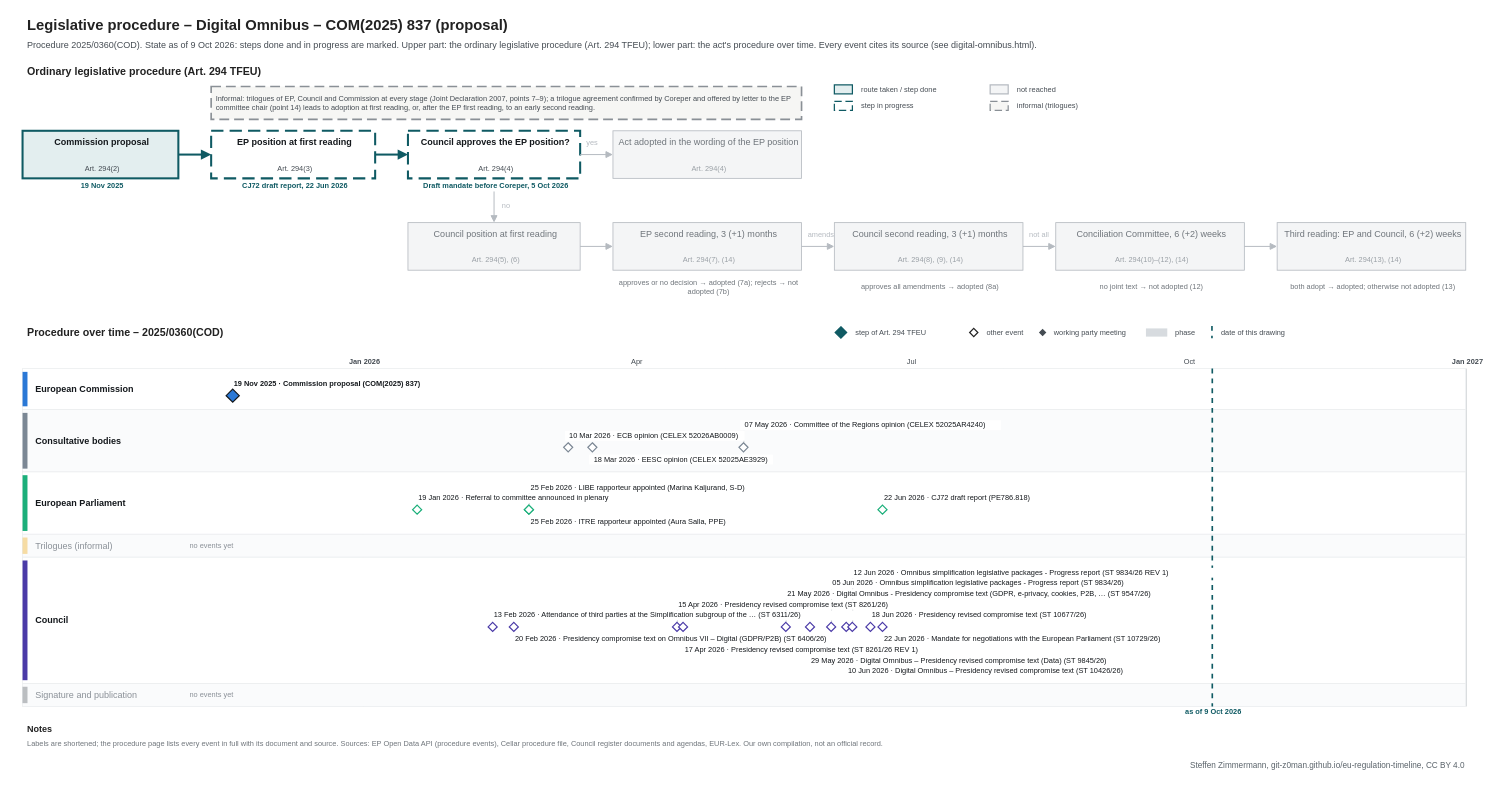
Before: procedures/digital-omnibus.drawio in git-z0man/eu-regulation-timeline, a draw.io diagram. Source tidied: cells renumbered, new cells numbered last; positions are measured from the earlier drawing's top-left corner, leaving out a move shared by most shapes. Both pictures are drawn from the tidied source at 82%, with x=0, y=0 at pixel (14, 14).
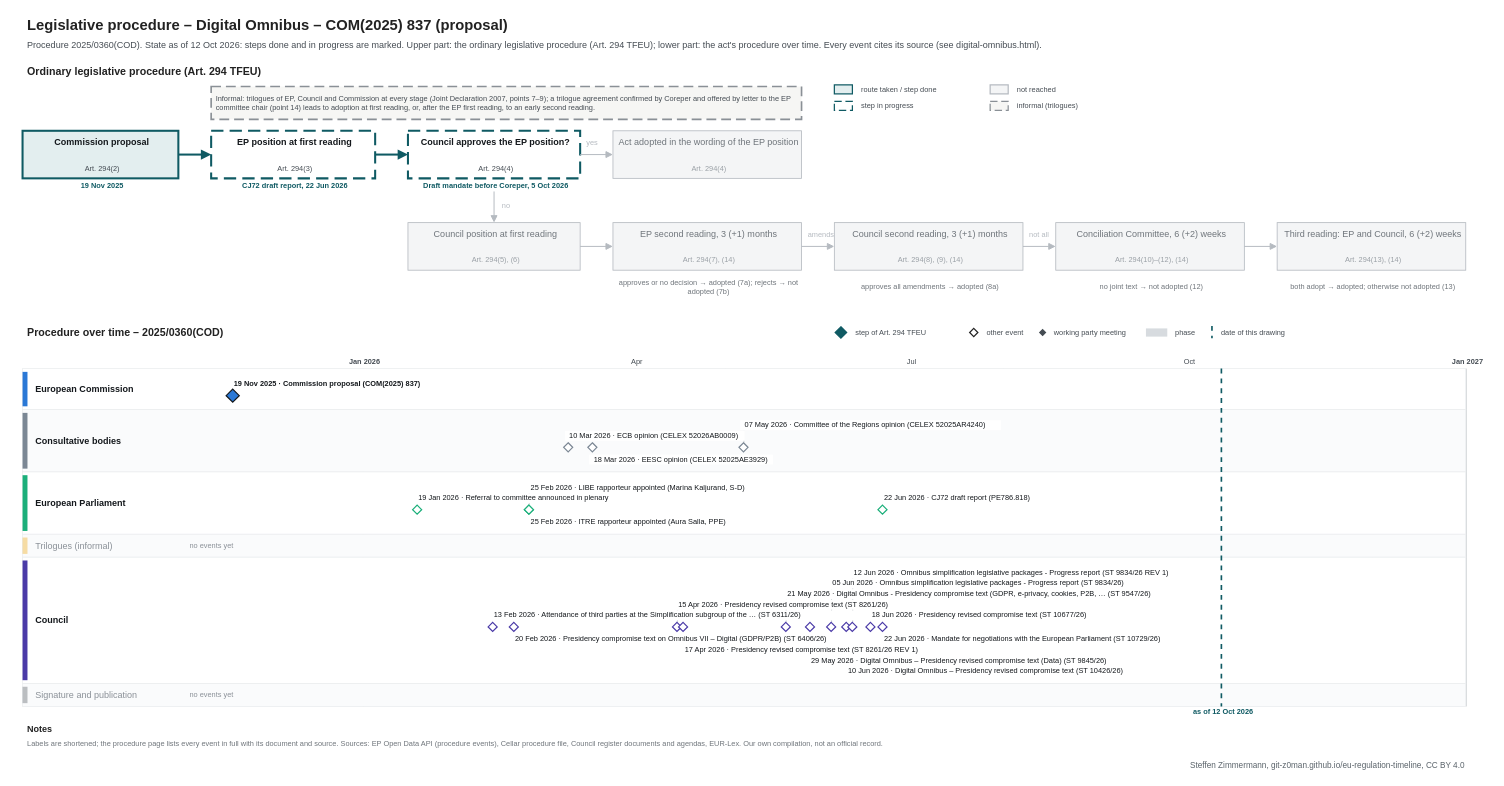
The same diagram, later.

The edit, as a diff of the source:
```diff
@@
-    <mxCell id="3" value="Procedure 2025/0360(COD). State as of 9 Oct 2026: steps done and in progress are marked. Upper part: the ordinary legislative procedure (Art. 294 TFEU); lower part: the act's procedure over time. Every event cites its source (see digital-omnibus.html)." style="text;html=1;fontSize=11;fontColor=#454c53;align=left;verticalAlign=middle;spacingLeft=4;" parent="1" vertex="1">
+    <mxCell id="3" value="Procedure 2025/0360(COD). State as of 12 Oct 2026: steps done and in progress are marked. Upper part: the ordinary legislative procedure (Art. 294 TFEU); lower part: the act's procedure over time. Every event cites its source (see digital-omnibus.html)." style="text;html=1;fontSize=11;fontColor=#454c53;align=left;verticalAlign=middle;spacingLeft=4;" parent="1" vertex="1">
       <mxGeometry x="10" y="28" width="1700" height="18" as="geometry" />
     </mxCell>
@@
     <mxCell id="112" style="line;html=1;strokeWidth=2;strokeColor=#0f5a63;direction=south;dashed=1;" parent="1" vertex="1">
-      <mxGeometry x="1460.4" y="432" width="1" height="412" as="geometry" />
+      <mxGeometry x="1471.5" y="432" width="1" height="412" as="geometry" />
     </mxCell>
-    <mxCell id="113" value="as of 9 Oct 2026" style="text;html=1;fontSize=9;fontColor=#0f5a63;align=center;verticalAlign=middle;spacingLeft=4;fontStyle=1;" parent="1" vertex="1">
-      <mxGeometry x="1400.4" y="845" width="120" height="12" as="geometry" />
+    <mxCell id="113" value="as of 12 Oct 2026" style="text;html=1;fontSize=9;fontColor=#0f5a63;align=center;verticalAlign=middle;spacingLeft=4;fontStyle=1;" parent="1" vertex="1">
+      <mxGeometry x="1411.5" y="845" width="120" height="12" as="geometry" />
     </mxCell>
```
